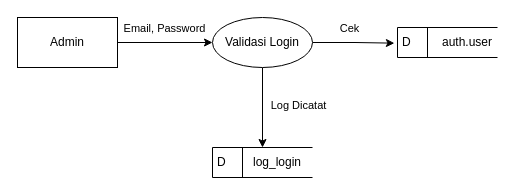
Earlier version of the draw.io diagram page "DFD LEVEL 1 LOGIN" (2 of 4) of dba/Logika Login.drawio (BhinnekaDev/DATABASE-LOKAL-GEOFISIKA-DATABASE). Source tidied: cells renumbered, new cells numbered last; positions are measured from the earlier drawing's top-left corner, leaving out a move shared by most shapes. Both pictures are drawn from the tidied source at 100%, with x=0, y=0 at pixel (17, 17).
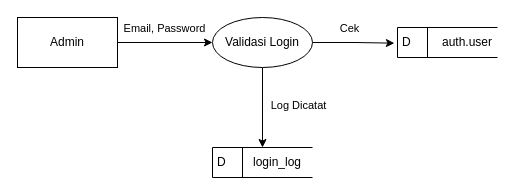
After the change.

Change to the diagram source:
```diff
@@
 <mxGraphModel>
   <root>
     <mxCell id="0" />
     <mxCell id="1" parent="0" />
     <mxCell id="2" style="edgeStyle=orthogonalEdgeStyle;rounded=0;jettySize=auto;html=1;exitX=1;exitY=0.5;exitDx=0;exitDy=0;" parent="1" edge="1" source="4" target="9">
       <mxGeometry relative="1" as="geometry" />
     </mxCell>
     <mxCell id="3" value="Email, Password" style="edgeLabel;html=1;align=center;verticalAlign=middle;" parent="2" vertex="1">
       <mxGeometry x="-0.04" relative="1" as="geometry">
         <mxPoint y="-15" as="offset" />
       </mxGeometry>
     </mxCell>
     <mxCell id="4" value="Admin" style="html=1;dashed=0;whiteSpace=wrap;" parent="1" vertex="1">
       <mxGeometry width="100" height="50" as="geometry" />
     </mxCell>
     <mxCell id="5" style="edgeStyle=orthogonalEdgeStyle;rounded=0;jettySize=auto;html=1;exitX=1;exitY=0.5;exitDx=0;exitDy=0;entryX=-0.031;entryY=0.522;entryDx=0;entryDy=0;entryPerimeter=0;" parent="1" edge="1" source="9" target="10">
       <mxGeometry relative="1" as="geometry" />
     </mxCell>
     <mxCell id="6" value="Cek" style="edgeLabel;html=1;align=center;verticalAlign=middle;" parent="5" vertex="1">
       <mxGeometry x="-0.12" y="-1" relative="1" as="geometry">
         <mxPoint y="-16" as="offset" />
       </mxGeometry>
     </mxCell>
     <mxCell id="7" style="edgeStyle=orthogonalEdgeStyle;rounded=0;jettySize=auto;html=1;exitX=0.5;exitY=1;exitDx=0;exitDy=0;entryX=0.5;entryY=0;entryDx=0;entryDy=0;" parent="1" edge="1" source="9" target="12">
       <mxGeometry relative="1" as="geometry" />
     </mxCell>
     <mxCell id="8" value="Log Dicatat" style="edgeLabel;html=1;align=center;verticalAlign=middle;" parent="7" vertex="1">
       <mxGeometry x="-0.08" y="-4" relative="1" as="geometry">
         <mxPoint x="39" as="offset" />
       </mxGeometry>
     </mxCell>
     <mxCell id="9" value="Validasi Login" style="shape=ellipse;html=1;dashed=0;whiteSpace=wrap;perimeter=ellipsePerimeter;" parent="1" vertex="1">
       <mxGeometry x="195" width="100" height="50" as="geometry" />
     </mxCell>
     <mxCell id="10" value="D" style="html=1;dashed=0;whiteSpace=wrap;shape=mxgraph.dfd.dataStoreID;align=left;spacingLeft=3;points=[[0,0],[0.5,0],[1,0],[0,0.5],[1,0.5],[0,1],[0.5,1],[1,1]];" parent="1" vertex="1">
       <mxGeometry x="380" y="10" width="100" height="30" as="geometry" />
     </mxCell>
     <mxCell id="11" value="auth.user" style="text;html=1;align=center;verticalAlign=middle;whiteSpace=wrap;rounded=0;" parent="1" vertex="1">
       <mxGeometry x="420" y="10" width="60" height="30" as="geometry" />
     </mxCell>
     <mxCell id="12" value="D" style="html=1;dashed=0;whiteSpace=wrap;shape=mxgraph.dfd.dataStoreID;align=left;spacingLeft=3;points=[[0,0],[0.5,0],[1,0],[0,0.5],[1,0.5],[0,1],[0.5,1],[1,1]];" parent="1" vertex="1">
       <mxGeometry x="195" y="130" width="100" height="30" as="geometry" />
     </mxCell>
-    <mxCell id="13" value="log_login" style="text;html=1;align=center;verticalAlign=middle;whiteSpace=wrap;rounded=0;" parent="1" vertex="1">
+    <mxCell id="13" value="login_log" style="text;html=1;align=center;verticalAlign=middle;whiteSpace=wrap;rounded=0;" parent="1" vertex="1">
       <mxGeometry x="230" y="130" width="60" height="30" as="geometry" />
     </mxCell>
   </root>
 </mxGraphModel>
```
